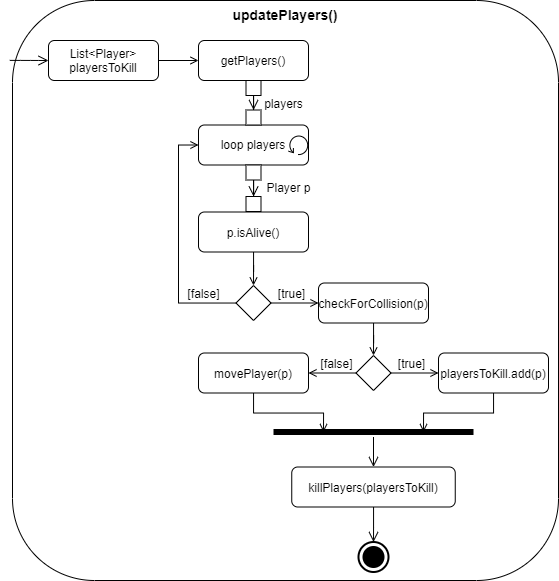
Above: Doku/images/AD_updatePlayers.png in KjellooMelloo/gameoftrons (draw.io), before the change. Source tidied: cells renumbered, new cells last; positions are measured from the earlier drawing's top-left corner, leaving out a move shared by most shapes.
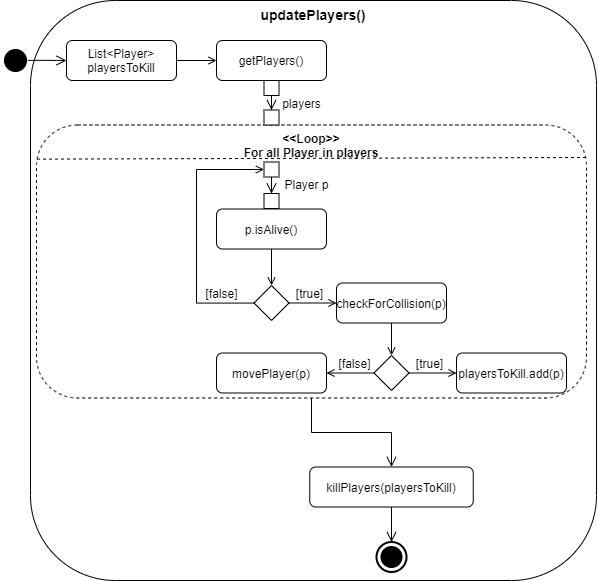
After the change.

The edit, as a diff of the source:
```diff
@@ -3,125 +3,117 @@
     <mxCell id="0" />
     <mxCell id="1" parent="0" />
     <mxCell id="2" value="&lt;b&gt;&lt;font style=&quot;font-size: 14px&quot;&gt;updatePlayers()&lt;/font&gt;&lt;/b&gt;" style="rounded=1;whiteSpace=wrap;html=1;align=center;verticalAlign=top;" parent="1" vertex="1">
-      <mxGeometry x="3" width="546" height="580" as="geometry" />
+      <mxGeometry x="3" width="566" height="580" as="geometry" />
     </mxCell>
-    <mxCell id="3" style="edgeStyle=orthogonalEdgeStyle;html=1;verticalAlign=bottom;endArrow=open;endSize=8;strokeColor=#000000;entryX=0;entryY=0.5;entryDx=0;entryDy=0;exitX=0.909;exitY=0.496;exitDx=0;exitDy=0;exitPerimeter=0;" parent="1" edge="1" target="5">
-      <mxGeometry relative="1" as="geometry">
-        <mxPoint x="0.3" y="59.9" as="sourcePoint" />
-      </mxGeometry>
+    <mxCell id="3" value="&lt;b&gt;&amp;lt;&amp;lt;Loop&amp;gt;&amp;gt;&lt;br&gt;For all Player in players&lt;br&gt;&lt;/b&gt;" style="shape=ext;rounded=1;html=1;whiteSpace=wrap;dashed=1;verticalAlign=top;align=center;" parent="1" vertex="1">
+      <mxGeometry x="9" y="124.5" width="550" height="273" as="geometry" />
     </mxCell>
-    <mxCell id="4" style="edgeStyle=orthogonalEdgeStyle;rounded=0;jettySize=auto;html=1;endArrow=open;endFill=0;" parent="1" edge="1" source="5" target="6">
+    <mxCell id="4" style="endArrow=none;dashed=1;html=1;exitX=0.001;exitY=0.125;exitDx=0;exitDy=0;exitPerimeter=0;entryX=1.002;entryY=0.119;entryDx=0;entryDy=0;entryPerimeter=0;" parent="1" edge="1" source="3" target="3">
       <mxGeometry relative="1" as="geometry" />
     </mxCell>
-    <mxCell id="5" value="List&amp;lt;Player&amp;gt; playersToKill" style="shape=rect;html=1;rounded=1;whiteSpace=wrap;align=center;" parent="1" vertex="1">
-      <mxGeometry x="39" y="40" width="110" height="40" as="geometry" />
+    <mxCell id="5" style="ellipse;html=1;shape=startState;fillColor=#000000;strokeColor=#000000;align=center;" parent="1" vertex="1">
+      <mxGeometry x="-27" y="45" width="30" height="30" as="geometry" />
     </mxCell>
-    <mxCell id="6" value="getPlayers()" style="shape=rect;html=1;rounded=1;whiteSpace=wrap;align=center;" parent="1" vertex="1">
-      <mxGeometry x="189" y="40" width="110" height="40" as="geometry" />
+    <mxCell id="6" style="edgeStyle=orthogonalEdgeStyle;html=1;verticalAlign=bottom;endArrow=open;endSize=8;strokeColor=#000000;entryX=0;entryY=0.5;entryDx=0;entryDy=0;exitX=0.909;exitY=0.496;exitDx=0;exitDy=0;exitPerimeter=0;" parent="1" edge="1" source="5" target="8">
+      <mxGeometry relative="1" as="geometry" />
     </mxCell>
-    <mxCell id="7" style="edgeStyle=orthogonalEdgeStyle;rounded=0;jettySize=auto;html=1;entryX=0.5;entryY=0;entryDx=0;entryDy=0;endArrow=open;endFill=0;" parent="1" edge="1" source="8" target="20">
+    <mxCell id="7" style="edgeStyle=orthogonalEdgeStyle;rounded=0;jettySize=auto;html=1;endArrow=open;endFill=0;" parent="1" edge="1" source="8" target="9">
       <mxGeometry relative="1" as="geometry" />
     </mxCell>
-    <mxCell id="8" value="p.isAlive()" style="shape=rect;html=1;rounded=1;whiteSpace=wrap;align=center;" parent="1" vertex="1">
-      <mxGeometry x="189" y="211.5" width="110" height="40" as="geometry" />
+    <mxCell id="8" value="List&amp;lt;Player&amp;gt; playersToKill" style="shape=rect;html=1;rounded=1;whiteSpace=wrap;align=center;" parent="1" vertex="1">
+      <mxGeometry x="39" y="40" width="110" height="40" as="geometry" />
     </mxCell>
-    <mxCell id="9" value="loop players" style="shape=rect;html=1;rounded=1;whiteSpace=wrap;align=center;" parent="1" vertex="1">
-      <mxGeometry x="189" y="124.5" width="110" height="40" as="geometry" />
+    <mxCell id="9" value="getPlayers()" style="shape=rect;html=1;rounded=1;whiteSpace=wrap;align=center;" parent="1" vertex="1">
+      <mxGeometry x="189" y="40" width="110" height="40" as="geometry" />
     </mxCell>
-    <mxCell id="10" style="edgeStyle=orthogonalEdgeStyle;rounded=0;jettySize=auto;html=1;endArrow=open;endFill=0;endSize=8;strokeColor=#000000;exitX=0.5;exitY=1;exitDx=0;exitDy=0;" parent="1" edge="1" source="11" target="12">
+    <mxCell id="10" style="edgeStyle=orthogonalEdgeStyle;rounded=0;jettySize=auto;html=1;entryX=0.5;entryY=0;entryDx=0;entryDy=0;endArrow=open;endFill=0;exitX=0.5;exitY=1;exitDx=0;exitDy=0;" parent="1" edge="1" source="33" target="17">
       <mxGeometry relative="1" as="geometry" />
     </mxCell>
-    <mxCell id="11" style="rounded=0;whiteSpace=wrap;html=1;strokeColor=#000000;align=center;" parent="1" vertex="1">
-      <mxGeometry x="236.5" y="80" width="15" height="15" as="geometry" />
+    <mxCell id="11" style="edgeStyle=orthogonalEdgeStyle;rounded=0;jettySize=auto;html=1;endArrow=open;endFill=0;endSize=8;strokeColor=#000000;exitX=0.5;exitY=1;exitDx=0;exitDy=0;" parent="1" edge="1" source="12" target="13">
+      <mxGeometry relative="1" as="geometry" />
     </mxCell>
     <mxCell id="12" style="rounded=0;whiteSpace=wrap;html=1;strokeColor=#000000;align=center;" parent="1" vertex="1">
-      <mxGeometry x="236.5" y="109.5" width="15" height="15" as="geometry" />
+      <mxGeometry x="236.5" y="80" width="15" height="15" as="geometry" />
     </mxCell>
-    <mxCell id="13" value="players" style="text;html=1;align=center;verticalAlign=middle;points=[];" parent="1" vertex="1">
-      <mxGeometry x="249" y="92.5" width="50" height="20" as="geometry" />
+    <mxCell id="13" style="rounded=0;whiteSpace=wrap;html=1;strokeColor=#000000;align=center;" parent="1" vertex="1">
+      <mxGeometry x="236.5" y="109.5" width="15" height="15" as="geometry" />
     </mxCell>
-    <mxCell id="14" style="edgeStyle=orthogonalEdgeStyle;rounded=0;jettySize=auto;html=1;endArrow=open;endFill=0;endSize=8;strokeColor=#000000;" parent="1" edge="1" source="15" target="16">
-      <mxGeometry relative="1" as="geometry" />
+    <mxCell id="14" value="players" style="text;html=1;align=center;verticalAlign=middle;" parent="1" vertex="1">
+      <mxGeometry x="249" y="92.5" width="50" height="20" as="geometry" />
     </mxCell>
-    <mxCell id="15" style="rounded=0;whiteSpace=wrap;html=1;strokeColor=#000000;align=center;" parent="1" vertex="1">
-      <mxGeometry x="236.5" y="164.5" width="15" height="15" as="geometry" />
+    <mxCell id="15" style="edgeStyle=orthogonalEdgeStyle;rounded=0;jettySize=auto;html=1;entryX=0;entryY=0.5;entryDx=0;entryDy=0;endArrow=open;endFill=0;" parent="1" edge="1" source="17" target="19">
+      <mxGeometry relative="1" as="geometry" />
     </mxCell>
-    <mxCell id="16" style="rounded=0;whiteSpace=wrap;html=1;strokeColor=#000000;align=center;" parent="1" vertex="1">
-      <mxGeometry x="236.5" y="196" width="15" height="15" as="geometry" />
+    <mxCell id="16" style="edgeStyle=orthogonalEdgeStyle;rounded=0;jettySize=auto;html=1;entryX=0;entryY=0.5;entryDx=0;entryDy=0;endArrow=open;endFill=0;" parent="1" edge="1" source="17" target="35">
+      <mxGeometry relative="1" as="geometry">
+        <Array as="points">
+          <mxPoint x="169" y="303" />
+          <mxPoint x="169" y="169" />
+        </Array>
+      </mxGeometry>
     </mxCell>
-    <mxCell id="17" value="Player p" style="text;html=1;align=center;verticalAlign=middle;points=[];" parent="1" vertex="1">
-      <mxGeometry x="249" y="177" width="60" height="20" as="geometry" />
+    <mxCell id="17" style="rhombus;whiteSpace=wrap;html=1;strokeColor=#000000;align=center;" parent="1" vertex="1">
+      <mxGeometry x="226.5" y="285" width="35" height="35" as="geometry" />
     </mxCell>
-    <mxCell id="18" style="edgeStyle=orthogonalEdgeStyle;rounded=0;jettySize=auto;html=1;entryX=0;entryY=0.5;entryDx=0;entryDy=0;endArrow=open;endFill=0;" parent="1" edge="1" source="20" target="22">
+    <mxCell id="18" style="edgeStyle=orthogonalEdgeStyle;rounded=0;jettySize=auto;html=1;entryX=0.5;entryY=0;entryDx=0;entryDy=0;endArrow=open;endFill=0;" parent="1" edge="1" source="19" target="23">
       <mxGeometry relative="1" as="geometry" />
     </mxCell>
-    <mxCell id="19" style="edgeStyle=orthogonalEdgeStyle;rounded=0;jettySize=auto;html=1;entryX=0;entryY=0.5;entryDx=0;entryDy=0;endArrow=open;endFill=0;" parent="1" edge="1" source="20" target="9">
-      <mxGeometry relative="1" as="geometry">
-        <Array as="points">
-          <mxPoint x="169" y="303" />
-          <mxPoint x="169" y="145" />
-        </Array>
-      </mxGeometry>
+    <mxCell id="19" value="checkForCollision(p)" style="shape=rect;html=1;rounded=1;whiteSpace=wrap;align=center;" parent="1" vertex="1">
+      <mxGeometry x="309" y="282.5" width="110" height="40" as="geometry" />
     </mxCell>
-    <mxCell id="20" style="rhombus;whiteSpace=wrap;html=1;strokeColor=#000000;align=center;" parent="1" vertex="1">
-      <mxGeometry x="226.5" y="285" width="35" height="35" as="geometry" />
+    <mxCell id="20" value="[true]" style="text;html=1;align=center;verticalAlign=middle;points=[];" parent="1" vertex="1">
+      <mxGeometry x="261.5" y="282.5" width="40" height="20" as="geometry" />
     </mxCell>
-    <mxCell id="21" style="edgeStyle=orthogonalEdgeStyle;rounded=0;jettySize=auto;html=1;entryX=0.5;entryY=0;entryDx=0;entryDy=0;endArrow=open;endFill=0;" parent="1" edge="1" source="22" target="26">
+    <mxCell id="21" style="edgeStyle=orthogonalEdgeStyle;rounded=0;jettySize=auto;html=1;entryX=0;entryY=0.5;entryDx=0;entryDy=0;endArrow=open;endFill=0;" parent="1" edge="1" source="23" target="24">
       <mxGeometry relative="1" as="geometry" />
     </mxCell>
-    <mxCell id="22" value="checkForCollision(p)" style="shape=rect;html=1;rounded=1;whiteSpace=wrap;align=center;" parent="1" vertex="1">
-      <mxGeometry x="309" y="282.5" width="110" height="40" as="geometry" />
+    <mxCell id="22" style="edgeStyle=orthogonalEdgeStyle;rounded=0;jettySize=auto;html=1;entryX=1;entryY=0.5;entryDx=0;entryDy=0;endArrow=open;endFill=0;" parent="1" edge="1" source="23" target="26">
+      <mxGeometry relative="1" as="geometry" />
     </mxCell>
-    <mxCell id="23" value="[true]" style="text;html=1;align=center;verticalAlign=middle;points=[];" parent="1" vertex="1">
-      <mxGeometry x="261.5" y="282.5" width="40" height="20" as="geometry" />
+    <mxCell id="23" style="rhombus;whiteSpace=wrap;html=1;strokeColor=#000000;align=center;" parent="1" vertex="1">
+      <mxGeometry x="346.5" y="355" width="35" height="35" as="geometry" />
     </mxCell>
-    <mxCell id="24" style="edgeStyle=orthogonalEdgeStyle;rounded=0;jettySize=auto;html=1;entryX=0;entryY=0.5;entryDx=0;entryDy=0;endArrow=open;endFill=0;" parent="1" edge="1" source="26" target="28">
-      <mxGeometry relative="1" as="geometry" />
+    <mxCell id="24" value="playersToKill.add(p)" style="shape=rect;html=1;rounded=1;whiteSpace=wrap;align=center;" parent="1" vertex="1">
+      <mxGeometry x="429" y="352.5" width="110" height="40" as="geometry" />
     </mxCell>
-    <mxCell id="25" style="edgeStyle=orthogonalEdgeStyle;rounded=0;jettySize=auto;html=1;entryX=1;entryY=0.5;entryDx=0;entryDy=0;endArrow=open;endFill=0;" parent="1" edge="1" source="26" target="31">
-      <mxGeometry relative="1" as="geometry" />
+    <mxCell id="25" value="[true]" style="text;html=1;align=center;verticalAlign=middle;" parent="1" vertex="1">
+      <mxGeometry x="381.5" y="352.5" width="40" height="20" as="geometry" />
     </mxCell>
-    <mxCell id="26" style="rhombus;whiteSpace=wrap;html=1;strokeColor=#000000;align=center;" parent="1" vertex="1">
-      <mxGeometry x="346.5" y="355" width="35" height="35" as="geometry" />
+    <mxCell id="26" value="movePlayer(p)" style="shape=rect;html=1;rounded=1;whiteSpace=wrap;align=center;" parent="1" vertex="1">
+      <mxGeometry x="189" y="352.5" width="110" height="40" as="geometry" />
     </mxCell>
-    <mxCell id="27" style="edgeStyle=orthogonalEdgeStyle;rounded=0;jettySize=auto;html=1;entryX=0.75;entryY=0.5;entryDx=0;entryDy=0;entryPerimeter=0;endArrow=open;endFill=0;" parent="1" edge="1" source="28" target="35">
-      <mxGeometry relative="1" as="geometry" />
+    <mxCell id="27" value="[false]" style="text;html=1;align=center;verticalAlign=middle;" parent="1" vertex="1">
+      <mxGeometry x="301.5" y="352.5" width="50" height="20" as="geometry" />
     </mxCell>
-    <mxCell id="28" value="playersToKill.add(p)" style="shape=rect;html=1;rounded=1;whiteSpace=wrap;align=center;" parent="1" vertex="1">
-      <mxGeometry x="429" y="352.5" width="110" height="40" as="geometry" />
+    <mxCell id="28" value="[false]" style="text;html=1;align=center;verticalAlign=middle;points=[];" parent="1" vertex="1">
+      <mxGeometry x="169" y="282.5" width="50" height="20" as="geometry" />
     </mxCell>
-    <mxCell id="29" value="[true]" style="text;html=1;align=center;verticalAlign=middle;" parent="1" vertex="1">
-      <mxGeometry x="381.5" y="352.5" width="40" height="20" as="geometry" />
+    <mxCell id="29" style="edgeStyle=orthogonalEdgeStyle;html=1;verticalAlign=bottom;endArrow=open;endSize=8;strokeColor=#000000;entryX=0.5;entryY=0;entryDx=0;entryDy=0;rounded=0;" parent="1" edge="1" source="3" target="31">
+      <mxGeometry relative="1" as="geometry" />
     </mxCell>
-    <mxCell id="30" style="edgeStyle=orthogonalEdgeStyle;rounded=0;jettySize=auto;html=1;entryX=0.25;entryY=0.5;entryDx=0;entryDy=0;entryPerimeter=0;endArrow=open;endFill=0;" parent="1" edge="1" source="31" target="35">
+    <mxCell id="30" style="edgeStyle=orthogonalEdgeStyle;rounded=0;jettySize=auto;html=1;entryX=0.5;entryY=0;entryDx=0;entryDy=0;entryPerimeter=0;endArrow=open;endFill=0;endSize=8;strokeColor=#000000;" parent="1" edge="1" source="31" target="32">
       <mxGeometry relative="1" as="geometry" />
     </mxCell>
-    <mxCell id="31" value="movePlayer(p)" style="shape=rect;html=1;rounded=1;whiteSpace=wrap;align=center;" parent="1" vertex="1">
-      <mxGeometry x="189" y="352.5" width="110" height="40" as="geometry" />
+    <mxCell id="31" value="killPlayers(playersToKill)" style="shape=rect;html=1;rounded=1;whiteSpace=wrap;align=center;" parent="1" vertex="1">
+      <mxGeometry x="282.2" y="466.5" width="163.5" height="40" as="geometry" />
     </mxCell>
-    <mxCell id="32" value="[false]" style="text;html=1;align=center;verticalAlign=middle;points=[];" parent="1" vertex="1">
-      <mxGeometry x="301.5" y="352.5" width="50" height="20" as="geometry" />
+    <mxCell id="32" style="html=1;shape=mxgraph.sysml.actFinal;strokeWidth=2;verticalLabelPosition=bottom;verticalAlignment=top;align=center;" parent="1" vertex="1">
+      <mxGeometry x="349" y="541.5" width="30" height="30" as="geometry" />
     </mxCell>
-    <mxCell id="33" value="[false]" style="text;html=1;align=center;verticalAlign=middle;points=[];" parent="1" vertex="1">
-      <mxGeometry x="169" y="282.5" width="50" height="20" as="geometry" />
+    <mxCell id="33" value="p.isAlive()" style="shape=rect;html=1;rounded=1;whiteSpace=wrap;align=center;" parent="1" vertex="1">
+      <mxGeometry x="189" y="208.5" width="110" height="40" as="geometry" />
     </mxCell>
-    <mxCell id="34" style="shape=mxgraph.bpmn.loop;html=1;" parent="1" vertex="1">
-      <mxGeometry x="279" y="134.5" width="20" height="20" as="geometry" />
+    <mxCell id="34" style="edgeStyle=orthogonalEdgeStyle;rounded=0;jettySize=auto;html=1;endArrow=open;endFill=0;endSize=8;strokeColor=#000000;" parent="1" edge="1" source="35" target="36">
+      <mxGeometry relative="1" as="geometry" />
     </mxCell>
-    <mxCell id="35" style="shape=line;html=1;strokeWidth=6;strokeColor=#000000;align=center;" parent="1" vertex="1">
-      <mxGeometry x="264" y="426.5" width="200" height="10" as="geometry" />
+    <mxCell id="35" style="rounded=0;whiteSpace=wrap;html=1;strokeColor=#000000;align=center;" parent="1" vertex="1">
+      <mxGeometry x="236.5" y="161.5" width="15" height="15" as="geometry" />
     </mxCell>
-    <mxCell id="36" style="edgeStyle=orthogonalEdgeStyle;html=1;verticalAlign=bottom;endArrow=open;endSize=8;strokeColor=#000000;entryX=0.5;entryY=0;entryDx=0;entryDy=0;" parent="1" edge="1" source="35" target="38">
-      <mxGeometry relative="1" as="geometry" />
+    <mxCell id="36" style="rounded=0;whiteSpace=wrap;html=1;strokeColor=#000000;align=center;" parent="1" vertex="1">
+      <mxGeometry x="236.5" y="193" width="15" height="15" as="geometry" />
     </mxCell>
-    <mxCell id="37" style="edgeStyle=orthogonalEdgeStyle;rounded=0;jettySize=auto;html=1;entryX=0.5;entryY=0;entryDx=0;entryDy=0;entryPerimeter=0;endArrow=open;endFill=0;endSize=8;strokeColor=#000000;" parent="1" edge="1" source="38" target="39">
-      <mxGeometry relative="1" as="geometry" />
+    <mxCell id="37" value="Player p" style="text;html=1;align=center;verticalAlign=middle;" parent="1" vertex="1">
+      <mxGeometry x="249" y="174" width="60" height="20" as="geometry" />
     </mxCell>
-    <mxCell id="38" value="killPlayers(playersToKill)" style="shape=rect;html=1;rounded=1;whiteSpace=wrap;align=center;" parent="1" vertex="1">
-      <mxGeometry x="282.2" y="466.5" width="163.5" height="40" as="geometry" />
-    </mxCell>
-    <mxCell id="39" style="html=1;shape=mxgraph.sysml.actFinal;strokeWidth=2;verticalLabelPosition=bottom;verticalAlignment=top;align=center;" parent="1" vertex="1">
-      <mxGeometry x="349" y="541.5" width="30" height="30" as="geometry" />
-    </mxCell>
   </root>
 </mxGraphModel>
```
